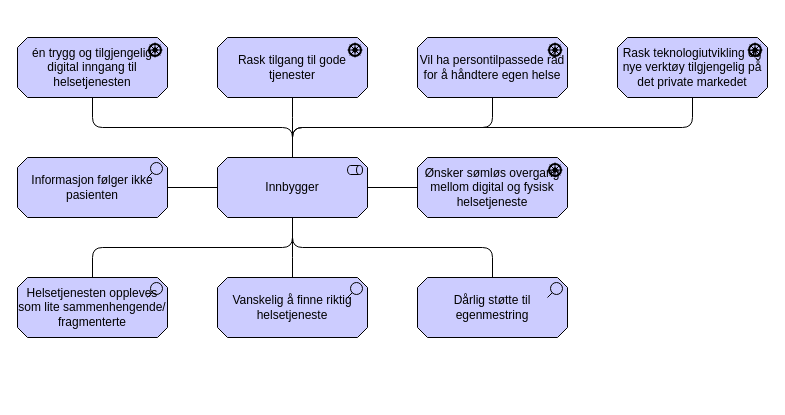
Before: page "innbygger-concern" (1 of 5) of docs/interessent/motivasjon-interessent.drawio in hdir/Digital-Forstelinje, a draw.io diagram. Source tidied: cells renumbered, new cells numbered last; positions are measured from the earlier drawing's top-left corner, leaving out a move shared by most shapes. Both pictures are drawn from the tidied source at 100%, with x=0, y=0 at pixel (17, 37).
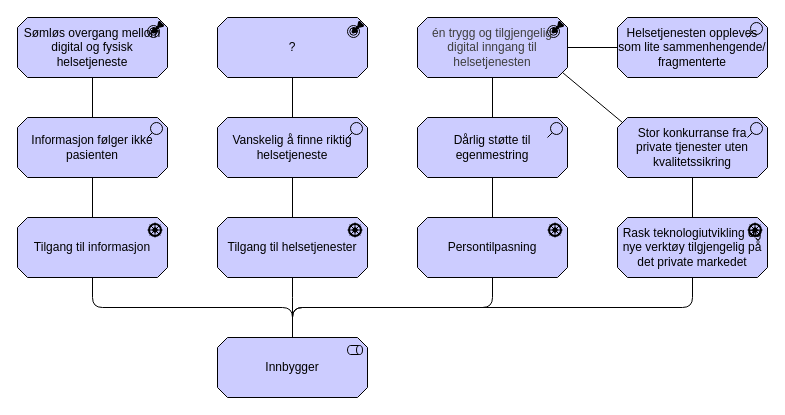
Above is the later version.

Change to the diagram source:
```diff
@@
-    <mxCell id="2" value="Rask tilgang til gode tjenester" style="html=1;outlineConnect=0;whiteSpace=wrap;fillColor=#CCCCFF;shape=mxgraph.archimate3.application;appType=driver;archiType=oct;" parent="1" vertex="1">
-      <mxGeometry x="200" width="150" height="60" as="geometry" />
+    <mxCell id="2" value="Tilgang til helsetjenester" style="html=1;outlineConnect=0;whiteSpace=wrap;fillColor=#CCCCFF;shape=mxgraph.archimate3.application;appType=driver;archiType=oct;" parent="1" vertex="1">
+      <mxGeometry x="200" y="180" width="150" height="60" as="geometry" />
     </mxCell>
     <mxCell id="3" value="Helsetjenesten oppleves som lite sammenhengende/ fragmenterte" style="html=1;outlineConnect=0;whiteSpace=wrap;fillColor=#CCCCFF;shape=mxgraph.archimate3.application;appType=assess;archiType=oct;" parent="1" vertex="1">
-      <mxGeometry y="240" width="150" height="60" as="geometry" />
+      <mxGeometry x="600" y="-20" width="150" height="60" as="geometry" />
     </mxCell>
     <mxCell id="4" value="Innbygger" style="html=1;outlineConnect=0;whiteSpace=wrap;fillColor=#CCCCFF;shape=mxgraph.archimate3.application;appType=role;archiType=oct;" parent="1" vertex="1">
-      <mxGeometry x="200" y="120" width="150" height="60" as="geometry" />
+      <mxGeometry x="200" y="300" width="150" height="60" as="geometry" />
     </mxCell>
     <mxCell id="5" value="Vanskelig å finne riktig helsetjeneste" style="html=1;outlineConnect=0;whiteSpace=wrap;fillColor=#CCCCFF;shape=mxgraph.archimate3.application;appType=assess;archiType=oct;" parent="1" vertex="1">
-      <mxGeometry x="200" y="240" width="150" height="60" as="geometry" />
+      <mxGeometry x="200" y="80" width="150" height="60" as="geometry" />
     </mxCell>
     <mxCell id="6" value="Dårlig støtte til egenmestring" style="html=1;outlineConnect=0;whiteSpace=wrap;fillColor=#CCCCFF;shape=mxgraph.archimate3.application;appType=assess;archiType=oct;" parent="1" vertex="1">
-      <mxGeometry x="400" y="240" width="150" height="60" as="geometry" />
+      <mxGeometry x="400" y="80" width="150" height="60" as="geometry" />
     </mxCell>
-    <mxCell id="7" style="edgeStyle=elbowEdgeStyle;html=1;endArrow=none;elbow=vertical;exitX=0.5;exitY=1;exitDx=0;exitDy=0;exitPerimeter=0;entryX=0.5;entryY=0;entryDx=0;entryDy=0;entryPerimeter=0;" parent="1" edge="1" source="4" target="3">
-      <mxGeometry relative="1" as="geometry" />
-    </mxCell>
-    <mxCell id="8" style="edgeStyle=elbowEdgeStyle;html=1;endArrow=none;elbow=vertical;exitX=0.5;exitY=1;exitDx=0;exitDy=0;exitPerimeter=0;entryX=0.5;entryY=0;entryDx=0;entryDy=0;entryPerimeter=0;" parent="1" edge="1" source="4" target="5">
-      <mxGeometry relative="1" as="geometry" />
-    </mxCell>
-    <mxCell id="9" style="edgeStyle=elbowEdgeStyle;html=1;endArrow=none;elbow=vertical;exitX=0.5;exitY=1;exitDx=0;exitDy=0;exitPerimeter=0;entryX=0.5;entryY=0;entryDx=0;entryDy=0;entryPerimeter=0;" parent="1" edge="1" source="4" target="6">
-      <mxGeometry relative="1" as="geometry" />
-    </mxCell>
@@
-    <mxCell id="11" value="Vil ha persontilpassede råd for å håndtere egen helse" style="html=1;outlineConnect=0;whiteSpace=wrap;fillColor=#CCCCFF;shape=mxgraph.archimate3.application;appType=driver;archiType=oct;" parent="1" vertex="1">
-      <mxGeometry x="400" width="150" height="60" as="geometry" />
+    <mxCell id="11" value="Persontilpasning" style="html=1;outlineConnect=0;whiteSpace=wrap;fillColor=#CCCCFF;shape=mxgraph.archimate3.application;appType=driver;archiType=oct;" parent="1" vertex="1">
+      <mxGeometry x="400" y="180" width="150" height="60" as="geometry" />
     </mxCell>
-    <mxCell id="12" value="&lt;font style=&quot;font-size: 12px;&quot; face=&quot;Helvetica&quot;&gt;én trygg og tilgjengelig digital inngang til&lt;br&gt;&lt;/font&gt;&lt;font face=&quot;Helvetica&quot; style=&quot;font-size: 12px;&quot;&gt;helsetjenesten&lt;/font&gt;" style="html=1;outlineConnect=0;whiteSpace=wrap;fillColor=#CCCCFF;shape=mxgraph.archimate3.application;appType=driver;archiType=oct;" parent="1" vertex="1">
-      <mxGeometry width="150" height="60" as="geometry" />
+    <mxCell id="12" value="Tilgang til informasjon" style="html=1;outlineConnect=0;whiteSpace=wrap;fillColor=#CCCCFF;shape=mxgraph.archimate3.application;appType=driver;archiType=oct;" parent="1" vertex="1">
+      <mxGeometry y="180" width="150" height="60" as="geometry" />
     </mxCell>
@@
-    <mxCell id="15" value="Ønsker sømløs overgang mellom digital og fysisk helsetjeneste" style="html=1;outlineConnect=0;whiteSpace=wrap;fillColor=#CCCCFF;shape=mxgraph.archimate3.application;appType=driver;archiType=oct;" parent="1" vertex="1">
-      <mxGeometry x="400" y="120" width="150" height="60" as="geometry" />
+    <mxCell id="15" value="&lt;span style=&quot;color: rgb(0, 0, 0);&quot;&gt;Rask teknologiutvikling og nye verktøy tilgjengelig på det private markedet&lt;/span&gt;" style="html=1;outlineConnect=0;whiteSpace=wrap;fillColor=#CCCCFF;shape=mxgraph.archimate3.application;appType=driver;archiType=oct;" parent="1" vertex="1">
+      <mxGeometry x="600" y="180" width="150" height="60" as="geometry" />
     </mxCell>
     <mxCell id="16" value="Informasjon følger ikke pasienten" style="html=1;outlineConnect=0;whiteSpace=wrap;fillColor=#CCCCFF;shape=mxgraph.archimate3.application;appType=assess;archiType=oct;" parent="1" vertex="1">
-      <mxGeometry y="120" width="150" height="60" as="geometry" />
+      <mxGeometry y="80" width="150" height="60" as="geometry" />
     </mxCell>
-    <mxCell id="17" style="html=1;endArrow=none;elbow=vertical;exitX=0;exitY=0.5;exitDx=0;exitDy=0;exitPerimeter=0;entryX=1;entryY=0.5;entryDx=0;entryDy=0;entryPerimeter=0;" parent="1" edge="1" source="4" target="16">
+    <mxCell id="17" style="html=1;endArrow=none;elbow=vertical;exitX=0.5;exitY=0;exitDx=0;exitDy=0;exitPerimeter=0;entryX=0.5;entryY=1;entryDx=0;entryDy=0;entryPerimeter=0;" parent="1" edge="1" source="12" target="16">
       <mxGeometry relative="1" as="geometry" />
     </mxCell>
-    <mxCell id="18" style="html=1;endArrow=none;elbow=vertical;exitX=0;exitY=0.5;exitDx=0;exitDy=0;exitPerimeter=0;entryX=1;entryY=0.5;entryDx=0;entryDy=0;entryPerimeter=0;" parent="1" edge="1" source="15" target="4">
+    <mxCell id="18" style="html=1;endArrow=none;elbow=vertical;exitX=0.5;exitY=1;exitDx=0;exitDy=0;exitPerimeter=0;entryX=0.5;entryY=0;entryDx=0;entryDy=0;entryPerimeter=0;" parent="1" edge="1" source="22" target="6">
       <mxGeometry relative="1" as="geometry" />
     </mxCell>
-    <mxCell id="19" value="Rask teknologiutvikling og nye verktøy tilgjengelig på det private markedet" style="html=1;outlineConnect=0;whiteSpace=wrap;fillColor=#CCCCFF;shape=mxgraph.archimate3.application;appType=driver;archiType=oct;" parent="1" vertex="1">
-      <mxGeometry x="600" width="150" height="60" as="geometry" />
+    <mxCell id="19" value="Stor konkurranse fra private tjenester uten kvalitetssikring" style="html=1;outlineConnect=0;whiteSpace=wrap;fillColor=#CCCCFF;shape=mxgraph.archimate3.application;appType=assess;archiType=oct;" parent="1" vertex="1">
+      <mxGeometry x="600" y="80" width="150" height="60" as="geometry" />
     </mxCell>
-    <mxCell id="20" style="edgeStyle=elbowEdgeStyle;html=1;endArrow=none;elbow=vertical;exitX=0.5;exitY=0;exitDx=0;exitDy=0;exitPerimeter=0;entryX=0.5;entryY=1;entryDx=0;entryDy=0;entryPerimeter=0;" parent="1" edge="1" source="4" target="19">
-      <mxGeometry relative="1" as="geometry" />
+    <mxCell id="20" style="edgeStyle=elbowEdgeStyle;html=1;endArrow=none;elbow=vertical;exitX=0.5;exitY=0;exitDx=0;exitDy=0;exitPerimeter=0;entryX=0.5;entryY=1;entryDx=0;entryDy=0;entryPerimeter=0;" parent="1" edge="1" source="4" target="15">
+      <mxGeometry relative="1" as="geometry">
+        <Array as="points">
+          <mxPoint x="480" y="270" />
+        </Array>
+      </mxGeometry>
     </mxCell>
+    <mxCell id="21" value="&lt;span style=&quot;color: rgb(0, 0, 0);&quot;&gt;Sømløs overgang mellom digital og fysisk helsetjeneste&lt;/span&gt;" style="html=1;outlineConnect=0;whiteSpace=wrap;fillColor=#CCCCFF;shape=mxgraph.archimate3.application;appType=outcome;archiType=oct;" parent="1" vertex="1">
+      <mxGeometry y="-20" width="150" height="60" as="geometry" />
+    </mxCell>
+    <mxCell id="22" value="&lt;font style=&quot;color: rgb(63, 63, 63); scrollbar-color: rgb(226, 226, 226) rgb(251, 251, 251);&quot; face=&quot;Helvetica&quot;&gt;én trygg og tilgjengelig digital inngang til&lt;br style=&quot;color: rgb(63, 63, 63); scrollbar-color: rgb(226, 226, 226) rgb(251, 251, 251);&quot;&gt;&lt;/font&gt;&lt;font style=&quot;color: rgb(63, 63, 63); scrollbar-color: rgb(226, 226, 226) rgb(251, 251, 251);&quot; face=&quot;Helvetica&quot;&gt;helsetjenesten&lt;/font&gt;" style="html=1;outlineConnect=0;whiteSpace=wrap;fillColor=#CCCCFF;shape=mxgraph.archimate3.application;appType=outcome;archiType=oct;" parent="1" vertex="1">
+      <mxGeometry x="400" y="-20" width="150" height="60" as="geometry" />
+    </mxCell>
+    <mxCell id="23" value="?" style="html=1;outlineConnect=0;whiteSpace=wrap;fillColor=#CCCCFF;shape=mxgraph.archimate3.application;appType=outcome;archiType=oct;" parent="1" vertex="1">
+      <mxGeometry x="200" y="-20" width="150" height="60" as="geometry" />
+    </mxCell>
+    <mxCell id="24" style="html=1;endArrow=none;elbow=vertical;exitX=0.5;exitY=1;exitDx=0;exitDy=0;exitPerimeter=0;entryX=0.5;entryY=0;entryDx=0;entryDy=0;entryPerimeter=0;" parent="1" edge="1" source="6" target="11">
+      <mxGeometry relative="1" as="geometry" />
+    </mxCell>
+    <mxCell id="25" style="html=1;endArrow=none;elbow=vertical;exitX=0.5;exitY=0;exitDx=0;exitDy=0;exitPerimeter=0;entryX=0.5;entryY=1;entryDx=0;entryDy=0;entryPerimeter=0;" parent="1" edge="1" source="2" target="5">
+      <mxGeometry relative="1" as="geometry" />
+    </mxCell>
+    <mxCell id="26" style="html=1;endArrow=none;elbow=vertical;exitX=1;exitY=1;exitDx=-5;exitDy=-5;exitPerimeter=0;entryX=0;entryY=0;entryDx=5;entryDy=5;entryPerimeter=0;" parent="1" edge="1" source="22" target="19">
+      <mxGeometry relative="1" as="geometry" />
+    </mxCell>
+    <mxCell id="27" style="html=1;endArrow=none;elbow=vertical;exitX=0;exitY=0.5;exitDx=0;exitDy=0;exitPerimeter=0;entryX=1;entryY=0.5;entryDx=0;entryDy=0;entryPerimeter=0;" parent="1" edge="1" source="3" target="22">
+      <mxGeometry relative="1" as="geometry" />
+    </mxCell>
+    <mxCell id="28" style="html=1;endArrow=none;elbow=vertical;exitX=0.5;exitY=0;exitDx=0;exitDy=0;exitPerimeter=0;entryX=0.5;entryY=1;entryDx=0;entryDy=0;entryPerimeter=0;" parent="1" edge="1" source="15" target="19">
+      <mxGeometry relative="1" as="geometry" />
+    </mxCell>
+    <mxCell id="29" style="html=1;endArrow=none;elbow=vertical;exitX=0.5;exitY=1;exitDx=0;exitDy=0;exitPerimeter=0;entryX=0.5;entryY=0;entryDx=0;entryDy=0;entryPerimeter=0;" parent="1" edge="1" source="23" target="5">
+      <mxGeometry relative="1" as="geometry" />
+    </mxCell>
+    <mxCell id="30" style="html=1;endArrow=none;elbow=vertical;exitX=0.5;exitY=1;exitDx=0;exitDy=0;exitPerimeter=0;entryX=0.5;entryY=0;entryDx=0;entryDy=0;entryPerimeter=0;" parent="1" edge="1" source="21" target="16">
+      <mxGeometry relative="1" as="geometry" />
+    </mxCell>
```
